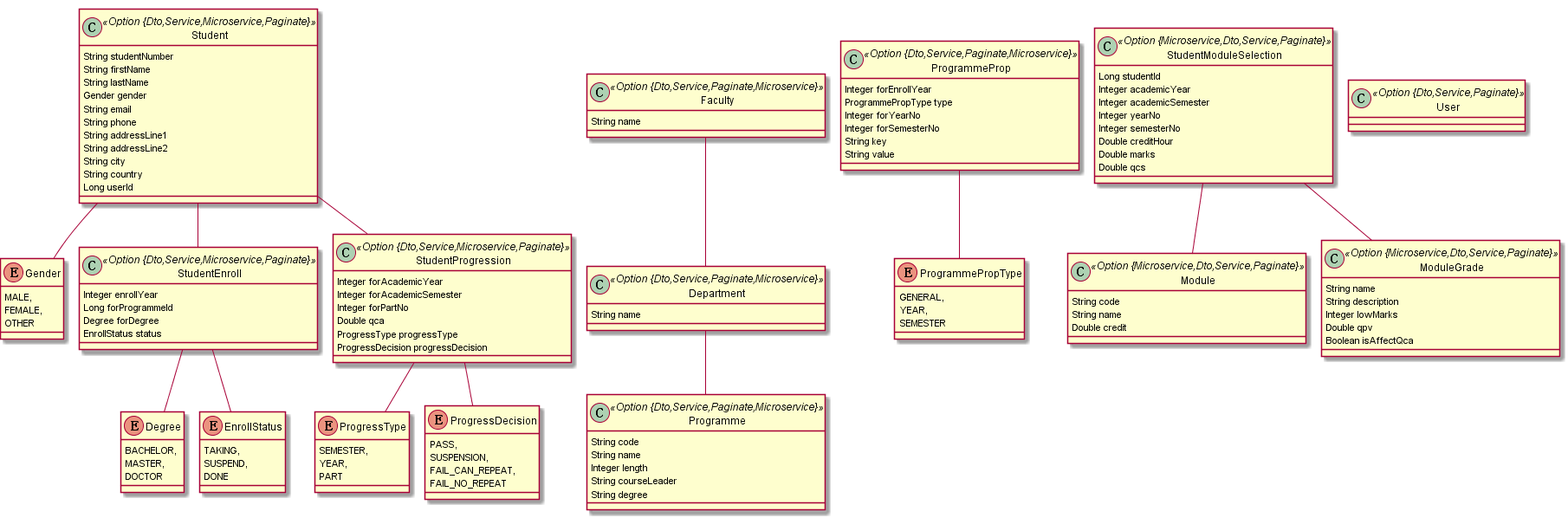
Before: project.png, a diagram exported from PlantUML (skarlet-witcher/student-record-system).
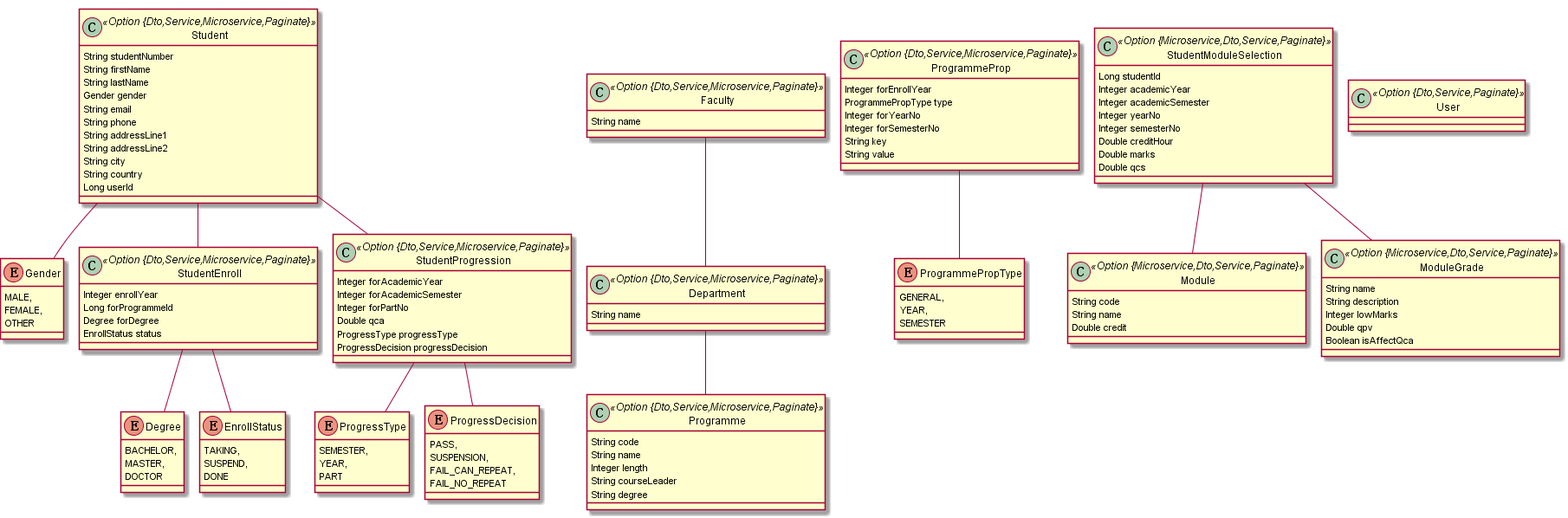
After the commit.

What changed in the source:
```diff
@@ -61,20 +61,20 @@
 		FAIL_NO_REPEAT
 	}
 	Student  "0..1 " --o "Student(studentNumber) 0..* "  StudentProgression
-	class Faculty <<Option {Dto,Service,Paginate,Microservice}>> {
+	class Faculty <<Option {Dto,Service,Microservice,Paginate}>> {
 		String name
 	}
-	class Department <<Option {Dto,Service,Paginate,Microservice}>> {
+	class Department <<Option {Dto,Service,Microservice,Paginate}>> {
 		String name
 	}
-	class Programme <<Option {Dto,Service,Paginate,Microservice}>> {
+	class Programme <<Option {Dto,Service,Microservice,Paginate}>> {
 		String code
 		String name
 		Integer length
 		String courseLeader
 		String degree
 	}
-	class ProgrammeProp <<Option {Dto,Service,Paginate,Microservice}>> {
+	class ProgrammeProp <<Option {Dto,Service,Microservice,Paginate}>> {
 		Integer forEnrollYear
 		ProgrammePropType type
 		Integer forYearNo
```
